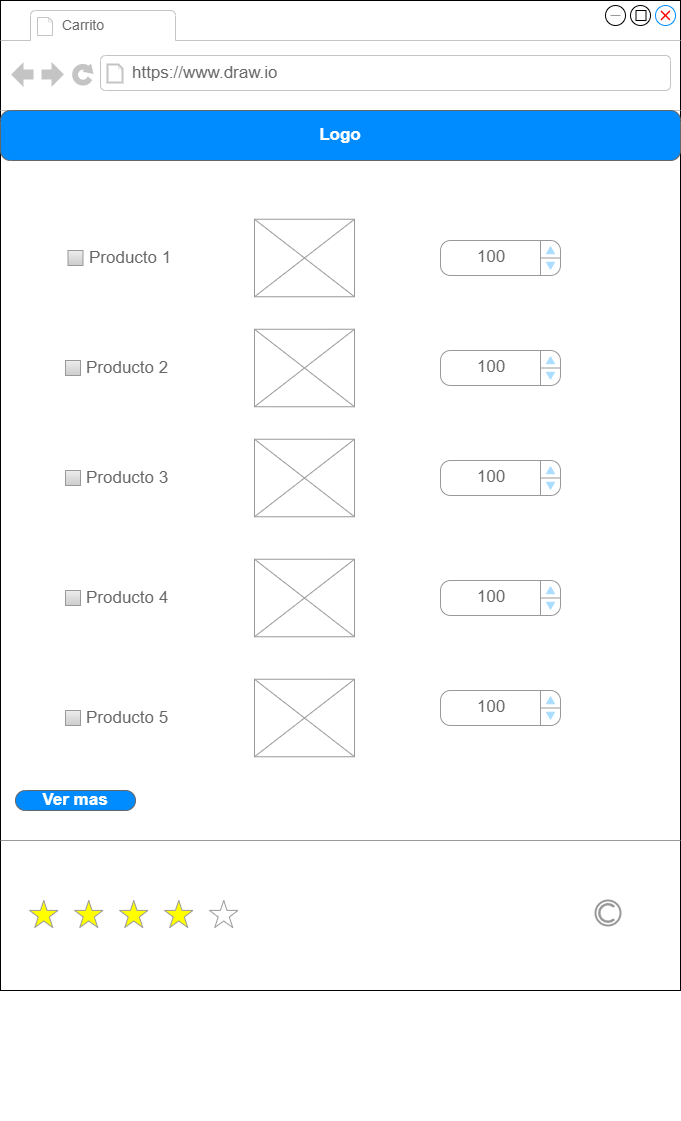
luciarinconpozo/Cibercafe keeps this draw.io diagram as MOCKUPS/Mockups_Cibercafé-Carrito.drawio.png. Above is the earlier version. Source tidied: cells renumbered, new cells last; positions are measured from the earlier drawing's top-left corner, leaving out a move shared by most shapes.
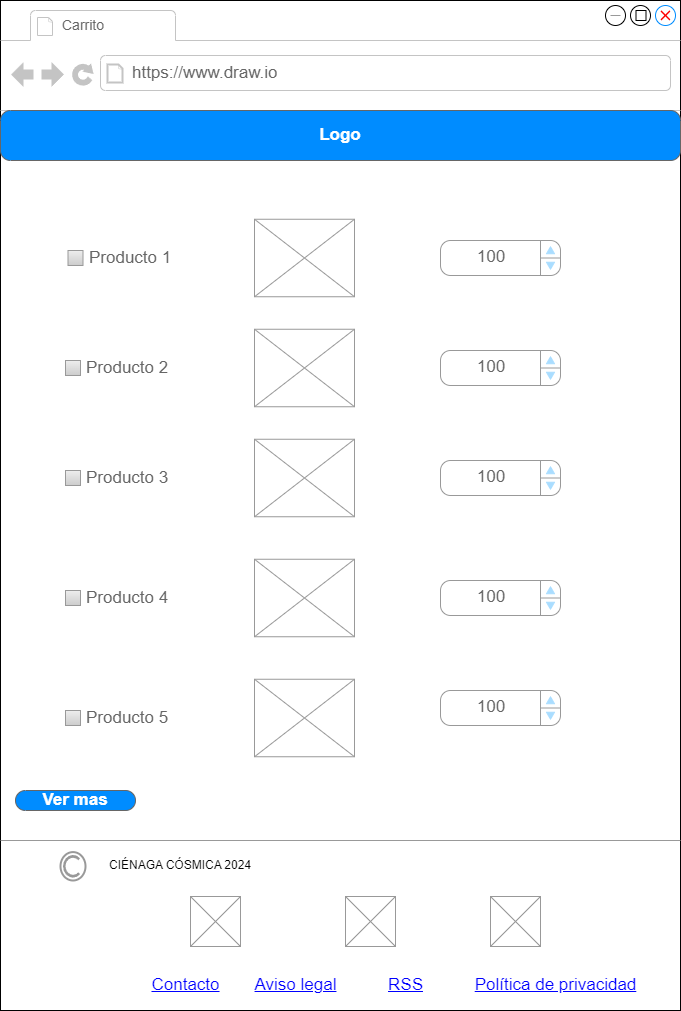
Later version of the same file.

Change to the diagram source:
```diff
@@ -3,7 +3,7 @@
     <mxCell id="0" />
     <mxCell id="1" parent="0" />
     <mxCell id="2" style="strokeWidth=1;shadow=0;dashed=0;align=center;html=1;shape=mxgraph.mockup.containers.browserWindow;rSize=0;strokeColor=#000000;strokeColor2=#008cff;strokeColor3=#c4c4c4;mainText=,;fillColor=#FFFFFF;" parent="1" vertex="1">
-      <mxGeometry width="680" height="990" as="geometry" />
+      <mxGeometry width="680" height="1010" as="geometry" />
     </mxCell>
     <mxCell id="3" value="&lt;font style=&quot;font-size: 14px;&quot;&gt;Carrito&lt;/font&gt;" style="strokeWidth=1;shadow=0;dashed=0;align=center;html=1;shape=mxgraph.mockup.containers.anchor;fontSize=17;fontColor=#666666;align=left;whiteSpace=wrap;" parent="2" vertex="1">
       <mxGeometry x="60" y="12" width="130" height="26" as="geometry" />
@@ -14,15 +14,6 @@
     <mxCell id="5" value="Logo" style="strokeWidth=1;shadow=0;dashed=0;align=center;html=1;shape=mxgraph.mockup.buttons.button;strokeColor=#666666;fontColor=#ffffff;mainText=;buttonStyle=round;fontSize=17;fontStyle=1;fillColor=#008cff;whiteSpace=wrap;" parent="2" vertex="1">
       <mxGeometry y="110" width="680" height="50" as="geometry" />
     </mxCell>
-    <mxCell id="6" style="verticalLabelPosition=bottom;shadow=0;dashed=0;align=center;html=1;verticalAlign=top;strokeWidth=1;shape=mxgraph.mockup.misc.rating;strokeColor=#999999;fillColor=#ffff00;emptyFillColor=#ffffff;grade=4;ratingScale=5;ratingStyle=star;" parent="2" vertex="1">
-      <mxGeometry x="29" y="900" width="225" height="30" as="geometry" />
-    </mxCell>
-    <mxCell id="7" style="strokeColor=#999999;verticalLabelPosition=bottom;shadow=0;dashed=0;verticalAlign=top;strokeWidth=2;html=1;shape=mxgraph.mockup.misc.copyrightIcon;" parent="2" vertex="1">
-      <mxGeometry x="595" y="900" width="25" height="25" as="geometry" />
-    </mxCell>
-    <mxCell id="8" style="verticalLabelPosition=bottom;shadow=0;dashed=0;align=center;html=1;verticalAlign=top;strokeWidth=1;shape=mxgraph.mockup.markup.line;strokeColor=#999999;" parent="2" vertex="1">
-      <mxGeometry y="560" width="680" height="560" as="geometry" />
-    </mxCell>
     <mxCell id="9" value="Ver mas" style="strokeWidth=1;shadow=0;dashed=0;align=center;html=1;shape=mxgraph.mockup.buttons.button;strokeColor=#666666;fontColor=#ffffff;mainText=;buttonStyle=round;fontSize=17;fontStyle=1;fillColor=#008cff;whiteSpace=wrap;" parent="2" vertex="1">
       <mxGeometry x="15" y="790" width="120" height="20" as="geometry" />
     </mxCell>
@@ -80,5 +71,35 @@
     <mxCell id="27" value="&lt;table cellpadding=&quot;0&quot; cellspacing=&quot;0&quot; style=&quot;width:100%;height:100%;&quot;&gt;&lt;tr&gt;&lt;td style=&quot;width:85%&quot;&gt;100&lt;/td&gt;&lt;td style=&quot;width:15%&quot;&gt;&lt;/td&gt;&lt;/tr&gt;&lt;/table&gt;" style="strokeWidth=1;shadow=0;dashed=0;align=center;html=1;shape=mxgraph.mockup.forms.spinner;strokeColor=#999999;spinLayout=right;spinStyle=normal;adjStyle=triangle;fillColor=#aaddff;fontSize=17;fontColor=#666666;mainText=;html=1;overflow=fill;" parent="2" vertex="1">
       <mxGeometry x="440" y="690" width="120" height="35" as="geometry" />
     </mxCell>
+    <mxCell id="28" style="verticalLabelPosition=bottom;shadow=0;dashed=0;align=center;html=1;verticalAlign=top;strokeWidth=1;shape=mxgraph.mockup.markup.line;strokeColor=#999999;" parent="2" vertex="1">
+      <mxGeometry y="830" width="680" height="20" as="geometry" />
+    </mxCell>
+    <mxCell id="29" style="strokeColor=#999999;verticalLabelPosition=bottom;shadow=0;dashed=0;verticalAlign=top;strokeWidth=2;html=1;shape=mxgraph.mockup.misc.copyrightIcon;" parent="2" vertex="1">
+      <mxGeometry x="60" y="851.6" width="25" height="28.4" as="geometry" />
+    </mxCell>
+    <mxCell id="30" value="Contacto" style="shape=rectangle;strokeColor=none;fillColor=none;linkText=;fontSize=17;fontColor=#0000ff;fontStyle=4;html=1;align=center;" parent="2" vertex="1">
+      <mxGeometry x="110" y="970.1" width="150" height="30" as="geometry" />
+    </mxCell>
+    <mxCell id="31" value="Política de privacidad" style="shape=rectangle;strokeColor=none;fillColor=none;linkText=;fontSize=17;fontColor=#0000ff;fontStyle=4;html=1;align=center;" parent="2" vertex="1">
+      <mxGeometry x="480" y="970.1" width="150" height="30" as="geometry" />
+    </mxCell>
+    <mxCell id="32" value="RSS" style="shape=rectangle;strokeColor=none;fillColor=none;linkText=;fontSize=17;fontColor=#0000ff;fontStyle=4;html=1;align=center;" parent="2" vertex="1">
+      <mxGeometry x="330" y="970.1" width="150" height="30" as="geometry" />
+    </mxCell>
+    <mxCell id="33" value="Aviso legal" style="shape=rectangle;strokeColor=none;fillColor=none;linkText=;fontSize=17;fontColor=#0000ff;fontStyle=4;html=1;align=center;" parent="2" vertex="1">
+      <mxGeometry x="220" y="970.1" width="150" height="30" as="geometry" />
+    </mxCell>
+    <mxCell id="34" value="CIÉNAGA CÓSMICA 2024" style="text;html=1;align=center;verticalAlign=middle;whiteSpace=wrap;rounded=0;" parent="2" vertex="1">
+      <mxGeometry x="100" y="850" width="160" height="30" as="geometry" />
+    </mxCell>
+    <mxCell id="35" style="verticalLabelPosition=bottom;shadow=0;dashed=0;align=center;html=1;verticalAlign=top;strokeWidth=1;shape=mxgraph.mockup.graphics.simpleIcon;strokeColor=#999999;" parent="2" vertex="1">
+      <mxGeometry x="190" y="896" width="50" height="50" as="geometry" />
+    </mxCell>
+    <mxCell id="36" style="verticalLabelPosition=bottom;shadow=0;dashed=0;align=center;html=1;verticalAlign=top;strokeWidth=1;shape=mxgraph.mockup.graphics.simpleIcon;strokeColor=#999999;" parent="2" vertex="1">
+      <mxGeometry x="345" y="896" width="50" height="50" as="geometry" />
+    </mxCell>
+    <mxCell id="37" style="verticalLabelPosition=bottom;shadow=0;dashed=0;align=center;html=1;verticalAlign=top;strokeWidth=1;shape=mxgraph.mockup.graphics.simpleIcon;strokeColor=#999999;" parent="2" vertex="1">
+      <mxGeometry x="490" y="896" width="50" height="50" as="geometry" />
+    </mxCell>
   </root>
 </mxGraphModel>
```
